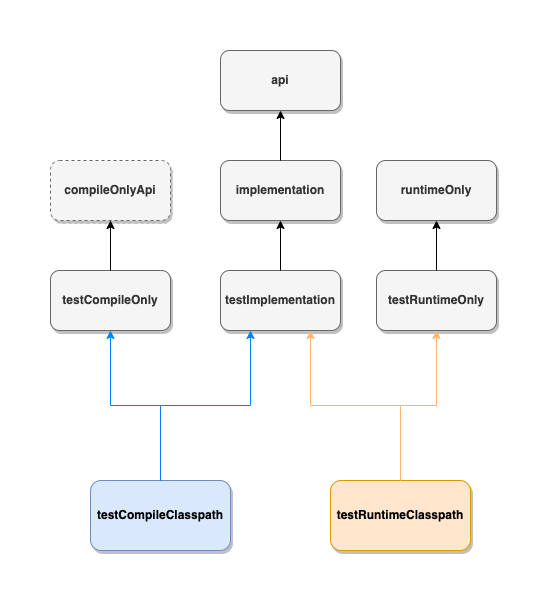
Earlier version of the draw.io export images/[GRADLE] Basic_51.png (hjjae2/anything). Source tidied: cells renumbered, new cells last; positions are measured from the earlier drawing's top-left corner, leaving out a move shared by most shapes.
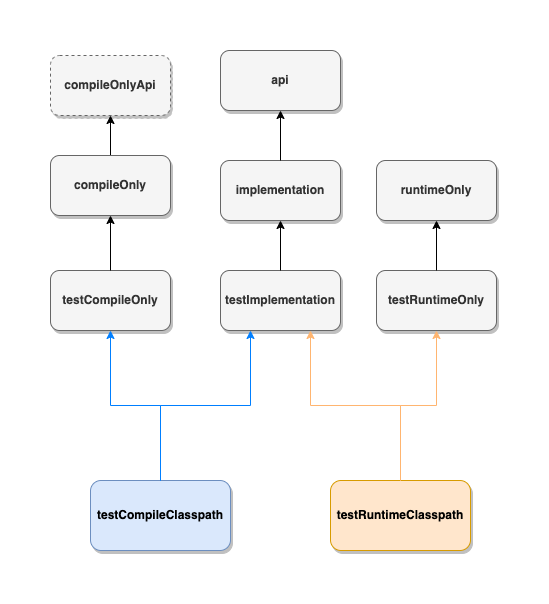
After the commit.

Commit message:
GRADLE :: Basic

Diff of the diagram source:
```diff
@@ -2,59 +2,62 @@
   <root>
     <mxCell id="0" />
     <mxCell id="1" parent="0" />
-    <mxCell id="2" style="group;" parent="1" vertex="1">
-      <mxGeometry width="446" height="500" as="geometry" />
-    </mxCell>
-    <mxCell id="3" value="testCompileClasspath" style="rounded=1;whiteSpace=wrap;html=1;fontStyle=1;shadow=1;fillColor=#dae8fc;strokeColor=#6c8ebf;" parent="2" vertex="1">
+    <mxCell id="3" value="testCompileClasspath" style="rounded=1;whiteSpace=wrap;html=1;fontStyle=1;shadow=1;fillColor=#dae8fc;strokeColor=#6c8ebf;" parent="1" vertex="1">
       <mxGeometry x="40" y="430" width="140" height="70" as="geometry" />
     </mxCell>
-    <mxCell id="4" value="testRuntimeClasspath" style="rounded=1;whiteSpace=wrap;html=1;fontStyle=1;shadow=1;fillColor=#ffe6cc;strokeColor=#d79b00;" parent="2" vertex="1">
+    <mxCell id="4" value="testRuntimeClasspath" style="rounded=1;whiteSpace=wrap;html=1;fontStyle=1;shadow=1;fillColor=#ffe6cc;strokeColor=#d79b00;" parent="1" vertex="1">
       <mxGeometry x="280" y="430" width="140" height="70" as="geometry" />
     </mxCell>
-    <mxCell id="5" value="testCompileOnly" style="rounded=1;whiteSpace=wrap;html=1;fontStyle=1;shadow=1;fillColor=#f5f5f5;strokeColor=#666666;fontColor=#333333;" parent="2" vertex="1">
+    <mxCell id="5" value="testCompileOnly" style="rounded=1;whiteSpace=wrap;html=1;fontStyle=1;shadow=1;fillColor=#f5f5f5;strokeColor=#666666;fontColor=#333333;" parent="1" vertex="1">
       <mxGeometry y="220" width="120" height="60" as="geometry" />
     </mxCell>
-    <mxCell id="6" style="edgeStyle=orthogonalEdgeStyle;rounded=0;jettySize=auto;html=1;strokeColor=#007FFF;" parent="2" edge="1" source="3" target="5">
+    <mxCell id="6" style="edgeStyle=orthogonalEdgeStyle;rounded=0;jettySize=auto;html=1;strokeColor=#007FFF;" parent="1" edge="1" source="3" target="5">
       <mxGeometry relative="1" as="geometry" />
     </mxCell>
-    <mxCell id="7" value="testImplementation" style="rounded=1;whiteSpace=wrap;html=1;fontStyle=1;shadow=1;fillColor=#f5f5f5;strokeColor=#666666;fontColor=#333333;" parent="2" vertex="1">
+    <mxCell id="7" value="testImplementation" style="rounded=1;whiteSpace=wrap;html=1;fontStyle=1;shadow=1;fillColor=#f5f5f5;strokeColor=#666666;fontColor=#333333;" parent="1" vertex="1">
       <mxGeometry x="170" y="220" width="120" height="60" as="geometry" />
     </mxCell>
-    <mxCell id="8" style="edgeStyle=orthogonalEdgeStyle;rounded=0;jettySize=auto;html=1;strokeColor=#007FFF;entryX=0.25;entryY=1;entryDx=0;entryDy=0;" parent="2" edge="1" source="3" target="7">
+    <mxCell id="8" style="edgeStyle=orthogonalEdgeStyle;rounded=0;jettySize=auto;html=1;strokeColor=#007FFF;entryX=0.25;entryY=1;entryDx=0;entryDy=0;" parent="1" edge="1" source="3" target="7">
       <mxGeometry relative="1" as="geometry" />
     </mxCell>
-    <mxCell id="9" style="edgeStyle=orthogonalEdgeStyle;rounded=0;jettySize=auto;html=1;strokeColor=#FFB570;entryX=0.75;entryY=1;entryDx=0;entryDy=0;" parent="2" edge="1" source="4" target="7">
+    <mxCell id="9" style="edgeStyle=orthogonalEdgeStyle;rounded=0;jettySize=auto;html=1;strokeColor=#FFB570;entryX=0.75;entryY=1;entryDx=0;entryDy=0;" parent="1" edge="1" source="4" target="7">
       <mxGeometry relative="1" as="geometry" />
     </mxCell>
-    <mxCell id="10" value="implementation" style="rounded=1;whiteSpace=wrap;html=1;fontStyle=1;shadow=1;fillColor=#f5f5f5;strokeColor=#666666;fontColor=#333333;" parent="2" vertex="1">
+    <mxCell id="10" value="implementation" style="rounded=1;whiteSpace=wrap;html=1;fontStyle=1;shadow=1;fillColor=#f5f5f5;strokeColor=#666666;fontColor=#333333;" parent="1" vertex="1">
       <mxGeometry x="170" y="110" width="120" height="60" as="geometry" />
     </mxCell>
-    <mxCell id="11" style="edgeStyle=orthogonalEdgeStyle;rounded=0;jettySize=auto;html=1;" parent="2" edge="1" source="7" target="10">
+    <mxCell id="11" style="edgeStyle=orthogonalEdgeStyle;rounded=0;jettySize=auto;html=1;" parent="1" edge="1" source="7" target="10">
       <mxGeometry relative="1" as="geometry" />
     </mxCell>
-    <mxCell id="12" value="testRuntimeOnly" style="rounded=1;whiteSpace=wrap;html=1;fontStyle=1;shadow=1;fillColor=#f5f5f5;strokeColor=#666666;fontColor=#333333;" parent="2" vertex="1">
+    <mxCell id="12" value="testRuntimeOnly" style="rounded=1;whiteSpace=wrap;html=1;fontStyle=1;shadow=1;fillColor=#f5f5f5;strokeColor=#666666;fontColor=#333333;" parent="1" vertex="1">
       <mxGeometry x="326" y="220" width="120" height="60" as="geometry" />
     </mxCell>
-    <mxCell id="13" style="edgeStyle=orthogonalEdgeStyle;rounded=0;jettySize=auto;html=1;strokeColor=#FFB570;" parent="2" edge="1" source="4" target="12">
+    <mxCell id="13" style="edgeStyle=orthogonalEdgeStyle;rounded=0;jettySize=auto;html=1;strokeColor=#FFB570;" parent="1" edge="1" source="4" target="12">
       <mxGeometry relative="1" as="geometry" />
     </mxCell>
-    <mxCell id="14" value="compileOnlyApi" style="rounded=1;whiteSpace=wrap;html=1;fontStyle=1;shadow=1;fillColor=#f5f5f5;strokeColor=#666666;fontColor=#333333;glass=0;dashed=1;" parent="2" vertex="1">
-      <mxGeometry y="110" width="120" height="60" as="geometry" />
-    </mxCell>
-    <mxCell id="15" style="edgeStyle=orthogonalEdgeStyle;rounded=0;jettySize=auto;html=1;strokeColor=#000000;" parent="2" edge="1" source="5" target="14">
+    <mxCell id="15" style="edgeStyle=orthogonalEdgeStyle;rounded=0;jettySize=auto;html=1;strokeColor=#000000;entryX=0.5;entryY=1;entryDx=0;entryDy=0;" parent="1" edge="1" source="5" target="21">
       <mxGeometry relative="1" as="geometry" />
     </mxCell>
-    <mxCell id="16" value="api" style="rounded=1;whiteSpace=wrap;html=1;fontStyle=1;shadow=1;fillColor=#f5f5f5;strokeColor=#666666;fontColor=#333333;" parent="2" vertex="1">
+    <mxCell id="16" value="api" style="rounded=1;whiteSpace=wrap;html=1;fontStyle=1;shadow=1;fillColor=#f5f5f5;strokeColor=#666666;fontColor=#333333;" parent="1" vertex="1">
       <mxGeometry x="170" width="120" height="60" as="geometry" />
     </mxCell>
-    <mxCell id="17" style="edgeStyle=orthogonalEdgeStyle;rounded=0;jettySize=auto;html=1;fontColor=none;" parent="2" edge="1" source="10" target="16">
+    <mxCell id="17" style="edgeStyle=orthogonalEdgeStyle;rounded=0;jettySize=auto;html=1;fontColor=none;" parent="1" edge="1" source="10" target="16">
       <mxGeometry relative="1" as="geometry" />
     </mxCell>
-    <mxCell id="18" value="runtimeOnly" style="rounded=1;whiteSpace=wrap;html=1;fontStyle=1;shadow=1;fillColor=#f5f5f5;strokeColor=#666666;fontColor=#333333;" parent="2" vertex="1">
+    <mxCell id="18" value="runtimeOnly" style="rounded=1;whiteSpace=wrap;html=1;fontStyle=1;shadow=1;fillColor=#f5f5f5;strokeColor=#666666;fontColor=#333333;" parent="1" vertex="1">
       <mxGeometry x="326" y="110" width="120" height="60" as="geometry" />
     </mxCell>
-    <mxCell id="19" style="edgeStyle=orthogonalEdgeStyle;rounded=0;jettySize=auto;html=1;fontColor=none;" parent="2" edge="1" source="12" target="18">
+    <mxCell id="19" style="edgeStyle=orthogonalEdgeStyle;rounded=0;jettySize=auto;html=1;fontColor=none;" parent="1" edge="1" source="12" target="18">
       <mxGeometry relative="1" as="geometry" />
     </mxCell>
+    <mxCell id="20" style="edgeStyle=orthogonalEdgeStyle;rounded=0;jettySize=auto;html=1;fontColor=none;" parent="1" edge="1" source="21" target="14">
+      <mxGeometry relative="1" as="geometry" />
+    </mxCell>
+    <mxCell id="21" value="compileOnly" style="rounded=1;whiteSpace=wrap;html=1;fontStyle=1;shadow=1;fillColor=#f5f5f5;strokeColor=#666666;fontColor=#333333;" parent="1" vertex="1">
+      <mxGeometry y="105" width="120" height="60" as="geometry" />
+    </mxCell>
+    <mxCell id="14" value="compileOnlyApi" style="rounded=1;whiteSpace=wrap;html=1;fontStyle=1;shadow=1;fillColor=#f5f5f5;strokeColor=#666666;fontColor=#333333;dashed=1;" parent="1" vertex="1">
+      <mxGeometry y="5" width="120" height="60" as="geometry" />
+    </mxCell>
   </root>
 </mxGraphModel>
```
